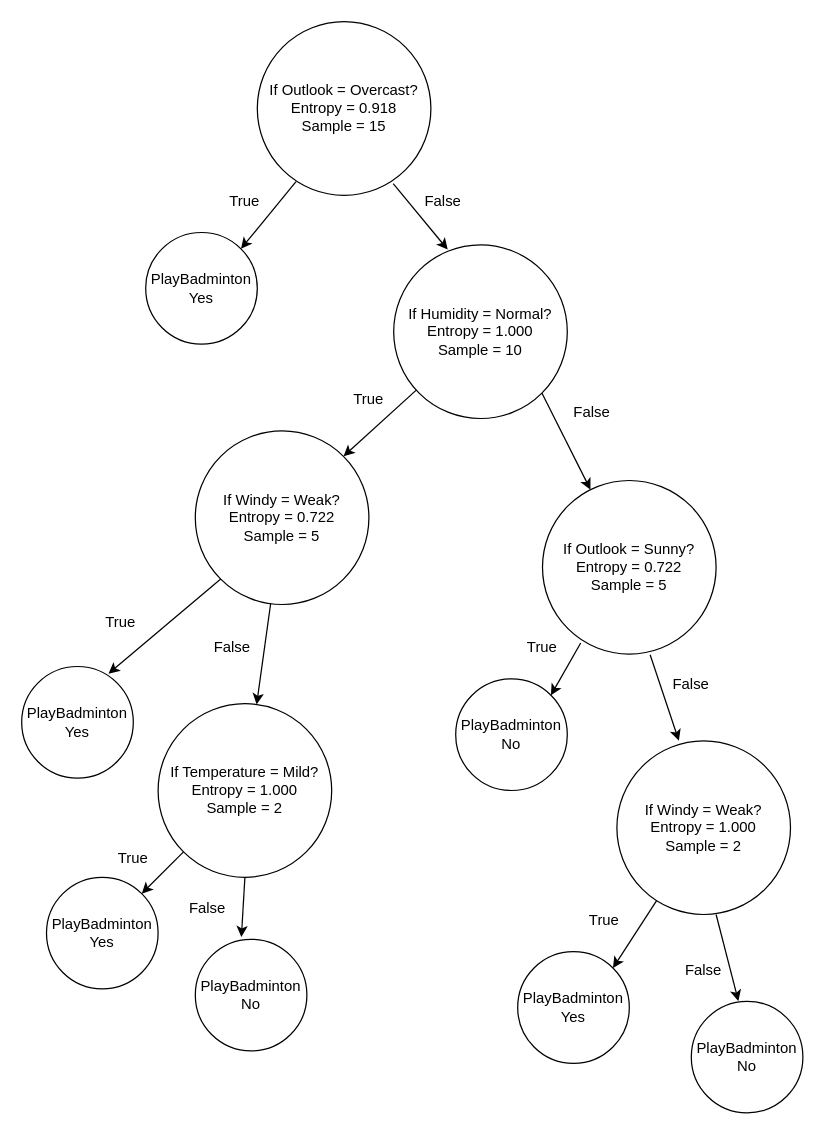
ShouoDirector/Decision-Tree-Py keeps this draw.io diagram as decisiontree.drawio. Above is the earlier version. Source tidied: cells renumbered, new cells numbered last; positions are measured from the earlier drawing's top-left corner, leaving out a move shared by most shapes. Both pictures are drawn from the tidied source at 124%, with x=0, y=0 at pixel (21, 21).
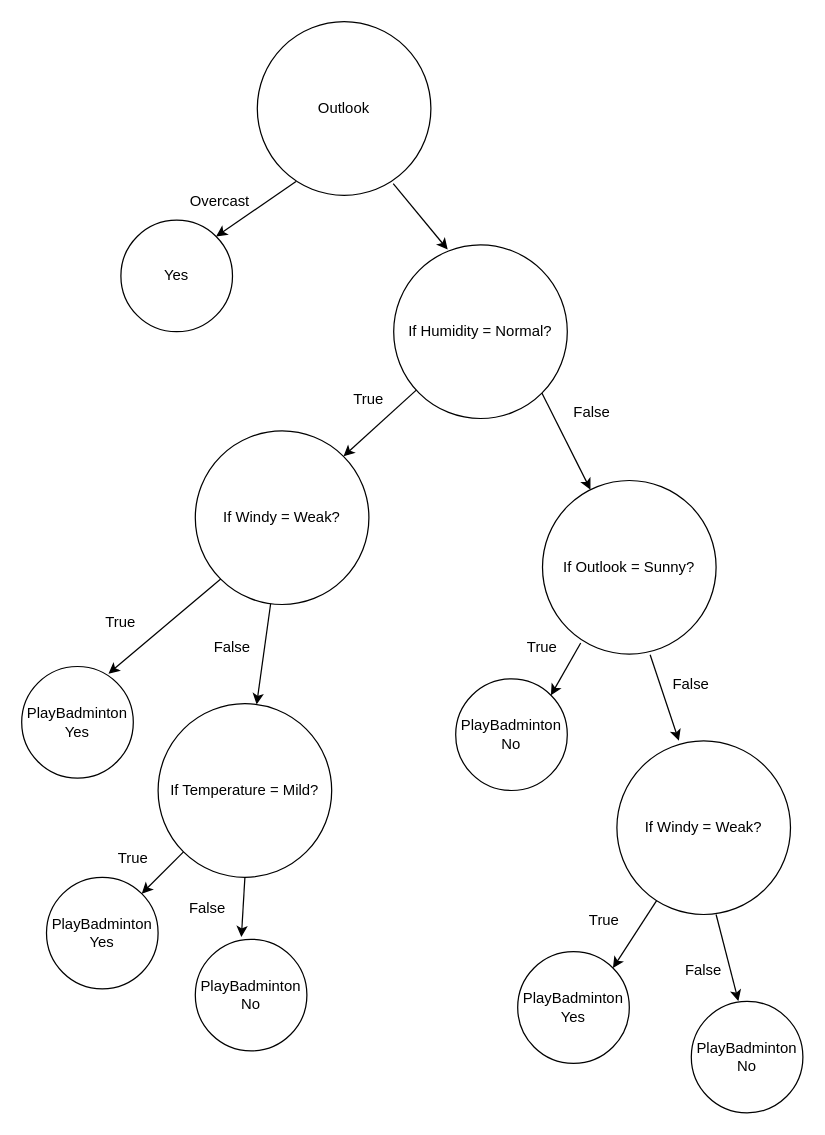
The same diagram, later.

Diff of the diagram source:
```diff
@@
-    <mxCell id="2" value="If Outlook = Overcast?&lt;br&gt;Entropy = 0.918&lt;br&gt;Sample = 15" style="ellipse;whiteSpace=wrap;html=1;" parent="1" vertex="1">
+    <mxCell id="2" value="Outlook" style="ellipse;whiteSpace=wrap;html=1;" parent="1" vertex="1">
       <mxGeometry x="190" width="140" height="140" as="geometry" />
     </mxCell>
-    <mxCell id="3" value="PlayBadminton&lt;br&gt;Yes" style="ellipse;whiteSpace=wrap;html=1;" parent="1" vertex="1">
-      <mxGeometry x="100" y="170" width="90" height="90" as="geometry" />
+    <mxCell id="3" value="Yes" style="ellipse;whiteSpace=wrap;html=1;" parent="1" vertex="1">
+      <mxGeometry x="80" y="160" width="90" height="90" as="geometry" />
     </mxCell>
@@
-    <mxCell id="5" value="True" style="text;strokeColor=none;align=center;fillColor=none;html=1;verticalAlign=middle;whiteSpace=wrap;rounded=0;" parent="1" vertex="1">
-      <mxGeometry x="140" y="130" width="80" height="30" as="geometry" />
+    <mxCell id="5" value="Overcast" style="text;strokeColor=none;align=center;fillColor=none;html=1;verticalAlign=middle;whiteSpace=wrap;rounded=0;" parent="1" vertex="1">
+      <mxGeometry x="120" y="130" width="80" height="30" as="geometry" />
     </mxCell>
-    <mxCell id="6" value="If Humidity = Normal?&lt;br&gt;Entropy = 1.000&lt;br&gt;Sample = 10" style="ellipse;whiteSpace=wrap;html=1;" parent="1" vertex="1">
+    <mxCell id="6" value="If Humidity = Normal?" style="ellipse;whiteSpace=wrap;html=1;" parent="1" vertex="1">
       <mxGeometry x="300" y="180" width="140" height="140" as="geometry" />
     </mxCell>
@@
-    <mxCell id="8" value="False" style="text;strokeColor=none;align=center;fillColor=none;html=1;verticalAlign=middle;whiteSpace=wrap;rounded=0;" parent="1" vertex="1">
-      <mxGeometry x="300" y="130" width="80" height="30" as="geometry" />
-    </mxCell>
-    <mxCell id="9" value="If Windy = Weak?&lt;br&gt;Entropy = 0.722&lt;br&gt;Sample = 5" style="ellipse;whiteSpace=wrap;html=1;" parent="1" vertex="1">
+    <mxCell id="9" value="If Windy = Weak?" style="ellipse;whiteSpace=wrap;html=1;" parent="1" vertex="1">
       <mxGeometry x="140" y="330" width="140" height="140" as="geometry" />
     </mxCell>
@@
-    <mxCell id="15" value="If Temperature = Mild?&lt;br&gt;Entropy = 1.000&lt;br&gt;Sample = 2" style="ellipse;whiteSpace=wrap;html=1;" parent="1" vertex="1">
+    <mxCell id="15" value="If Temperature = Mild?" style="ellipse;whiteSpace=wrap;html=1;" parent="1" vertex="1">
       <mxGeometry x="110" y="550" width="140" height="140" as="geometry" />
     </mxCell>
@@
-    <mxCell id="24" value="If Outlook = Sunny?&lt;br&gt;Entropy = 0.722&lt;br&gt;Sample = 5" style="ellipse;whiteSpace=wrap;html=1;" parent="1" vertex="1">
+    <mxCell id="24" value="If Outlook = Sunny?" style="ellipse;whiteSpace=wrap;html=1;" parent="1" vertex="1">
       <mxGeometry x="420" y="370" width="140" height="140" as="geometry" />
     </mxCell>
@@
-    <mxCell id="30" value="If Windy = Weak?&lt;br&gt;Entropy = 1.000&lt;br&gt;Sample = 2" style="ellipse;whiteSpace=wrap;html=1;" parent="1" vertex="1">
+    <mxCell id="30" value="If Windy = Weak?" style="ellipse;whiteSpace=wrap;html=1;" parent="1" vertex="1">
       <mxGeometry x="480" y="580" width="140" height="140" as="geometry" />
     </mxCell>
```
